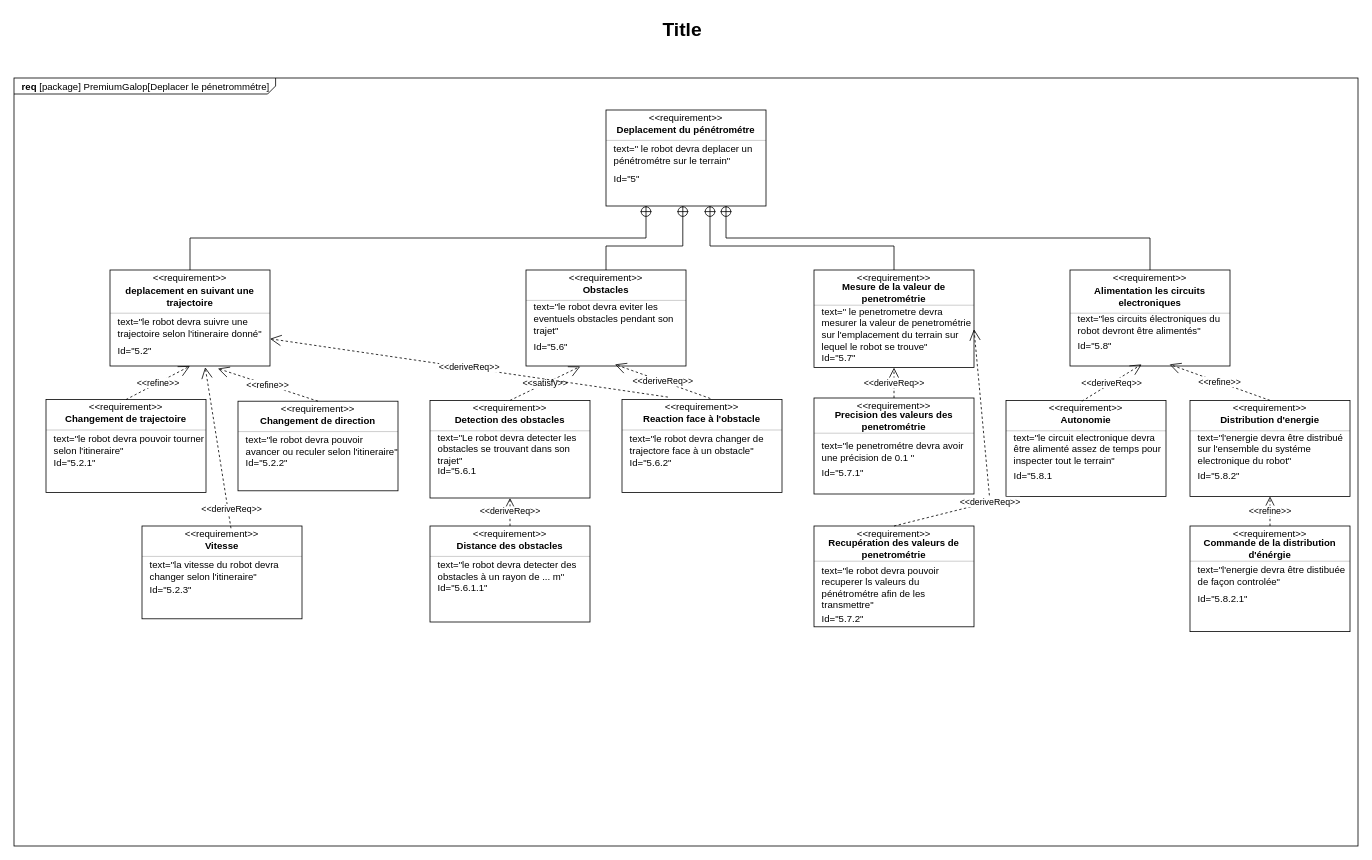
This is SYSML/Req_deplacement.drawio from ToGen49/Hippodrome, a draw.io file, before an edit. Source tidied: cells renumbered, new cells numbered last; positions are measured from the earlier drawing's top-left corner, leaving out a move shared by most shapes. Both pictures are drawn from the tidied source at 80%, with x=0, y=0 at pixel (14, 14).
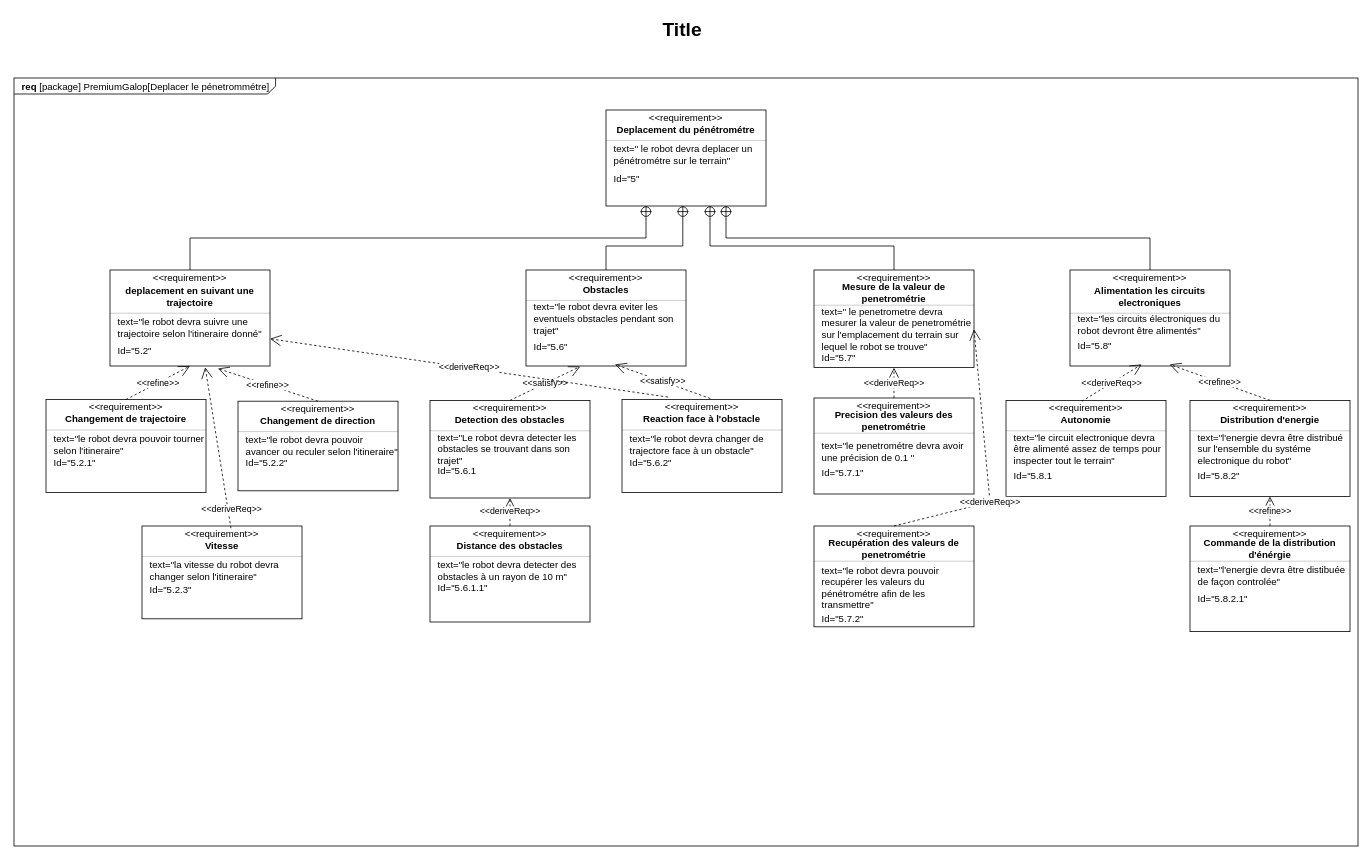
The same diagram, later.

Commit message:
Mettre à jour Req_deplacement.drawio

The change refers to these unchanged cells:
```xml
<mxCell id="24" style="html=1;align=center;spacing=0;verticalAlign=middle;strokeColor=none;fillColor=none;whiteSpace=wrap;" parent="18" vertex="1">
  <mxGeometry y="112" width="200" height="8" as="geometry" />
</mxCell>
<mxCell id="39" style="fontStyle=1;align=center;verticalAlign=middle;horizontal=1;" parent="1" vertex="1">
  <mxGeometry x="520" y="640" width="200" height="120" as="geometry" />
</mxCell>
<mxCell id="97" value="&amp;lt;&amp;lt;requirement&amp;gt;&amp;gt;" style="html=1;align=center;spacing=0;verticalAlign=middle;strokeColor=none;fillColor=none;whiteSpace=wrap;spacingTop=3;" parent="96" vertex="1">
  <mxGeometry width="200" height="16" as="geometry" />
</mxCell>
<mxCell id="125" style="fontStyle=1;align=center;verticalAlign=middle;horizontal=1;" parent="1" vertex="1">
  <mxGeometry x="1000" y="640" width="200" height="126" as="geometry" />
</mxCell>
```

Change to the diagram source:
```diff
@@
-    <mxCell id="43" value="text=&quot;le robot devra detecter des obstacles à un rayon de ... m&quot;" style="html=1;align=left;spacing=0;verticalAlign=middle;strokeColor=none;fillColor=none;whiteSpace=wrap;spacingLeft=10;" parent="39" vertex="1">
+    <mxCell id="43" value="text=&quot;le robot devra detecter des obstacles à un rayon de 10 m&quot;" style="html=1;align=left;spacing=0;verticalAlign=middle;strokeColor=none;fillColor=none;whiteSpace=wrap;spacingLeft=10;" parent="39" vertex="1">
       <mxGeometry y="42" width="200" height="28" as="geometry" />
     </mxCell>
@@
-    <mxCell id="111" value="&amp;lt;&amp;lt;deriveReq&amp;gt;&amp;gt;" style="endArrow=open;edgeStyle=none;endSize=12;dashed=1;html=1;rounded=0;exitX=0.552;exitY=-0.087;exitDx=0;exitDy=0;entryX=0.556;entryY=0.75;entryDx=0;entryDy=0;entryPerimeter=0;exitPerimeter=0;" parent="1" edge="1" source="97" target="24">
+    <mxCell id="111" value="&amp;lt;&amp;lt;satisfy&amp;gt;&amp;gt;" style="endArrow=open;edgeStyle=none;endSize=12;dashed=1;html=1;rounded=0;exitX=0.552;exitY=-0.087;exitDx=0;exitDy=0;entryX=0.556;entryY=0.75;entryDx=0;entryDy=0;entryPerimeter=0;exitPerimeter=0;" parent="1" edge="1" source="97" target="24">
       <mxGeometry relative="1" as="geometry" />
     </mxCell>
@@
-    <mxCell id="129" value="text=&quot;le robot devra pouvoir recuperer ls valeurs du pénétrométre afin de les transmettre&quot;" style="html=1;align=left;spacing=0;verticalAlign=middle;strokeColor=none;fillColor=none;whiteSpace=wrap;spacingLeft=10;" parent="125" vertex="1">
+    <mxCell id="129" value="text=&quot;le robot devra pouvoir recupérer les valeurs du pénétrométre afin de les transmettre&quot;" style="html=1;align=left;spacing=0;verticalAlign=middle;strokeColor=none;fillColor=none;whiteSpace=wrap;spacingLeft=10;" parent="125" vertex="1">
       <mxGeometry y="48" width="200" height="58" as="geometry" />
     </mxCell>
```
